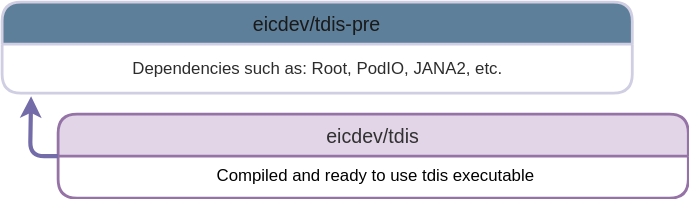
JeffersonLab/tdis keeps this draw.io diagram as docs/_media/image-hierarhy.svg. Above is the earlier version. Source tidied: cells renumbered, new cells last; positions are measured from the earlier drawing's top-left corner, leaving out a move shared by most shapes.
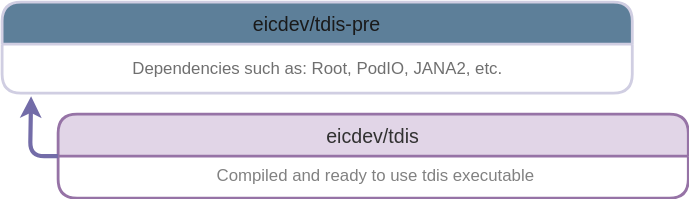
Later version of the same file.

Diff of the diagram source:
```diff
@@ -5,13 +5,13 @@
     <mxCell id="2" value="eicdev/tdis-pre" style="swimlane;horizontal=1;startSize=30;fillColor=#5D7F99;rounded=1;fontSize=14;fontStyle=0;strokeWidth=2;shadow=0;dashed=0;align=center;strokeColor=#D0CEE2;fontColor=#1A1A1A;labelBackgroundColor=none;" parent="1" vertex="1">
       <mxGeometry width="450" height="65" as="geometry" />
     </mxCell>
-    <mxCell id="3" value="&lt;span&gt;Dependencies such as: Root, PodIO, JANA2, etc.&lt;/span&gt;" style="text;html=1;align=center;verticalAlign=middle;points=[];labelBackgroundColor=none;fontColor=light-dark(#2C2C2C,#BDBDBD);glass=0;rounded=0;" parent="2" vertex="1">
+    <mxCell id="3" value="&lt;span&gt;&lt;font style=&quot;color: rgb(111, 111, 111);&quot;&gt;Dependencies such as: Root, PodIO, JANA2, etc.&lt;/font&gt;&lt;/span&gt;" style="text;html=1;align=center;verticalAlign=middle;points=[];labelBackgroundColor=none;fontColor=light-dark(#2C2C2C,#BDBDBD);glass=0;rounded=0;" parent="2" vertex="1">
       <mxGeometry y="30" width="450" height="35" as="geometry" />
     </mxCell>
     <mxCell id="4" value="eicdev/tdis" style="swimlane;horizontal=1;startSize=30;fillColor=#e1d5e7;rounded=1;fontSize=14;fontStyle=0;strokeWidth=2;shadow=0;dashed=0;align=center;strokeColor=#9673a6;labelBackgroundColor=none;fontColor=#313131;" parent="1" vertex="1">
       <mxGeometry x="40" y="80" width="450" height="60" as="geometry" />
     </mxCell>
-    <mxCell id="5" value="Compiled and ready to use tdis executable" style="align=center;strokeColor=none;fillColor=none;spacingLeft=4;fontSize=12;verticalAlign=top;fontColor=default;labelBackgroundColor=none;" parent="4" vertex="1">
+    <mxCell id="5" value="Compiled and ready to use tdis executable" style="align=center;strokeColor=none;fillColor=none;spacingLeft=4;fontSize=12;verticalAlign=top;fontColor=#818181;labelBackgroundColor=none;" parent="4" vertex="1">
       <mxGeometry y="30" width="450" height="30" as="geometry" />
     </mxCell>
     <mxCell id="6" style="endArrow=classic;html=1;strokeWidth=3;exitX=0;exitY=0.5;exitDx=0;exitDy=0;entryX=0.046;entryY=1.061;entryDx=0;entryDy=0;entryPerimeter=0;labelBackgroundColor=none;strokeColor=#736CA8;fontColor=default;" parent="1" edge="1" target="3">
```
